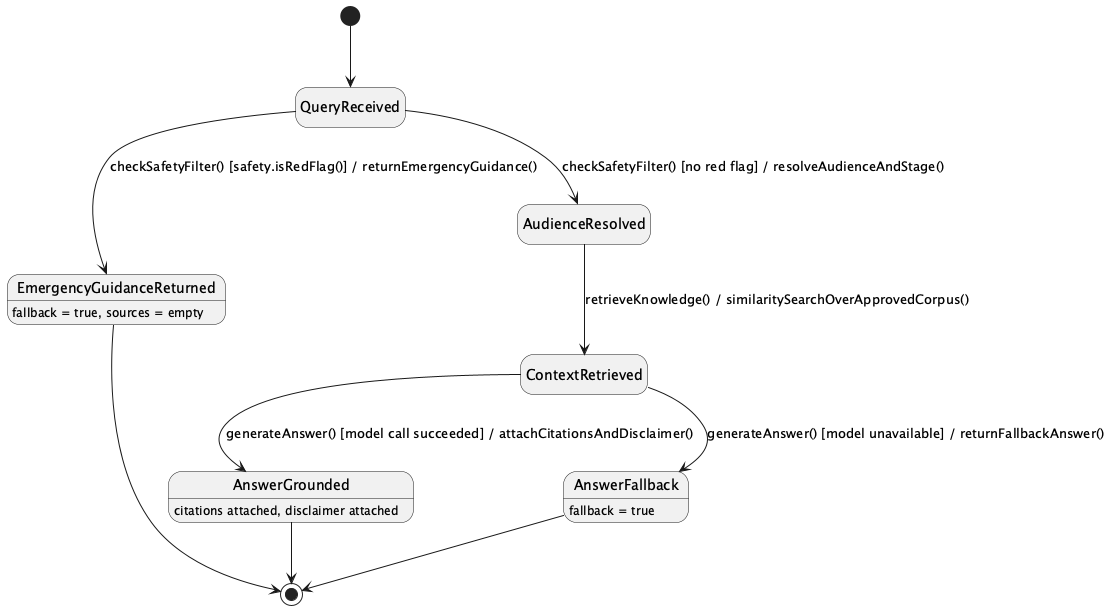
Before: 03_Design/Detailed_Design/MF06_AI_Nurse_Assistant/images/01_AI_Nurse_RAG_Chat_and_Safety_Guardrails_StateChartDiagram.png, a diagram exported from PlantUML (ChuongBDHE172784/CareBridge_SEP490_G79).
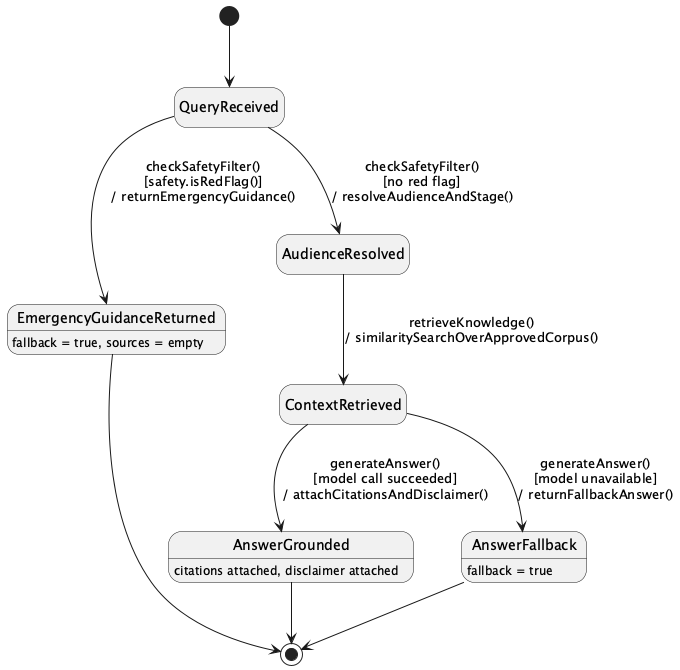
The same file after the commit.

The edit, as a diff of the source:
```diff
@@ -1,12 +1,12 @@
-@startuml
+@startuml StateChartDiagram_01AINurseRAGChatandSafetyGuardrails
 hide empty description
 [*] --> QueryReceived
 
-QueryReceived --> EmergencyGuidanceReturned : checkSafetyFilter() [safety.isRedFlag()] / returnEmergencyGuidance()
-QueryReceived --> AudienceResolved : checkSafetyFilter() [no red flag] / resolveAudienceAndStage()
-AudienceResolved --> ContextRetrieved : retrieveKnowledge() / similaritySearchOverApprovedCorpus()
-ContextRetrieved --> AnswerGrounded : generateAnswer() [model call succeeded] / attachCitationsAndDisclaimer()
-ContextRetrieved --> AnswerFallback : generateAnswer() [model unavailable] / returnFallbackAnswer()
+QueryReceived --> EmergencyGuidanceReturned : checkSafetyFilter()\n[safety.isRedFlag()]\n/ returnEmergencyGuidance()
+QueryReceived --> AudienceResolved : checkSafetyFilter()\n[no red flag]\n/ resolveAudienceAndStage()
+AudienceResolved --> ContextRetrieved : retrieveKnowledge()\n/ similaritySearchOverApprovedCorpus()
+ContextRetrieved --> AnswerGrounded : generateAnswer()\n[model call succeeded]\n/ attachCitationsAndDisclaimer()
+ContextRetrieved --> AnswerFallback : generateAnswer()\n[model unavailable]\n/ returnFallbackAnswer()
 AnswerGrounded --> [*]
 AnswerFallback --> [*]
 EmergencyGuidanceReturned --> [*]
```
